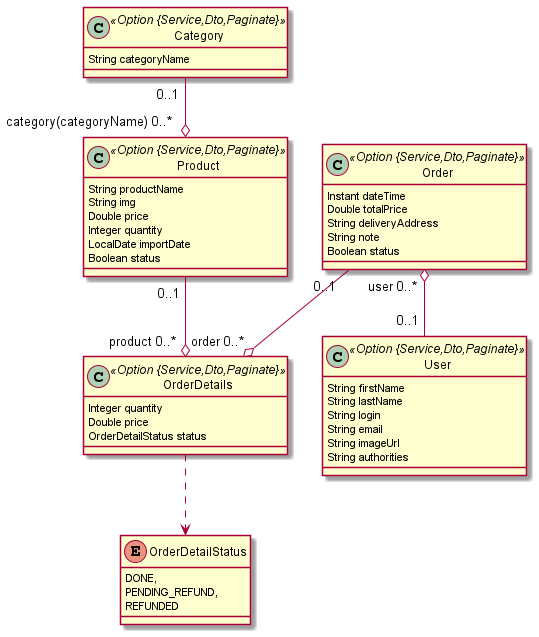
Earlier version of the PlantUML export jdl/demo.png (viettien1602/ToDoAppV3).
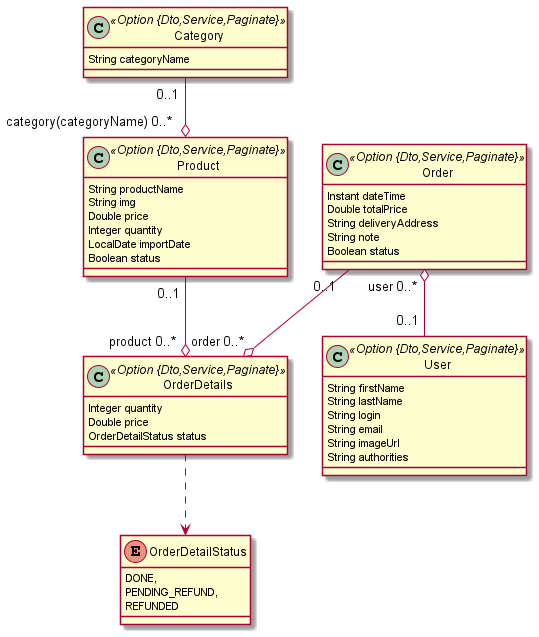
The same diagram one commit later.

Diff of the diagram source:
```diff
@@ -5,10 +5,10 @@
 		PENDING_REFUND,
 		REFUNDED
 	}
-	class Category <<Option {Service,Dto,Paginate}>> {
+	class Category <<Option {Dto,Service,Paginate}>> {
 		String categoryName
 	}
-	class Product <<Option {Service,Dto,Paginate}>> {
+	class Product <<Option {Dto,Service,Paginate}>> {
 		String productName
 		String img
 		Double price
@@ -16,14 +16,14 @@
 		LocalDate importDate
 		Boolean status
 	}
-	class Order <<Option {Service,Dto,Paginate}>> {
+	class Order <<Option {Dto,Service,Paginate}>> {
 		Instant dateTime
 		Double totalPrice
 		String deliveryAddress
 		String note
 		Boolean status
 	}
-	class OrderDetails <<Option {Service,Dto,Paginate}>> {
+	class OrderDetails <<Option {Dto,Service,Paginate}>> {
 		Integer quantity
 		Double price
 		OrderDetailStatus status
@@ -33,7 +33,7 @@
 	Product  "0..1 " --o "product 0..* "  OrderDetails
 	Order  "0..1 " --o "order 0..* "  OrderDetails
 	Order  "user 0..* " o-- "0..1 "  User
-	class User <<Option {Service,Dto,Paginate}>> {
+	class User <<Option {Dto,Service,Paginate}>> {
 		String firstName
 		String lastName
 		String login
```
